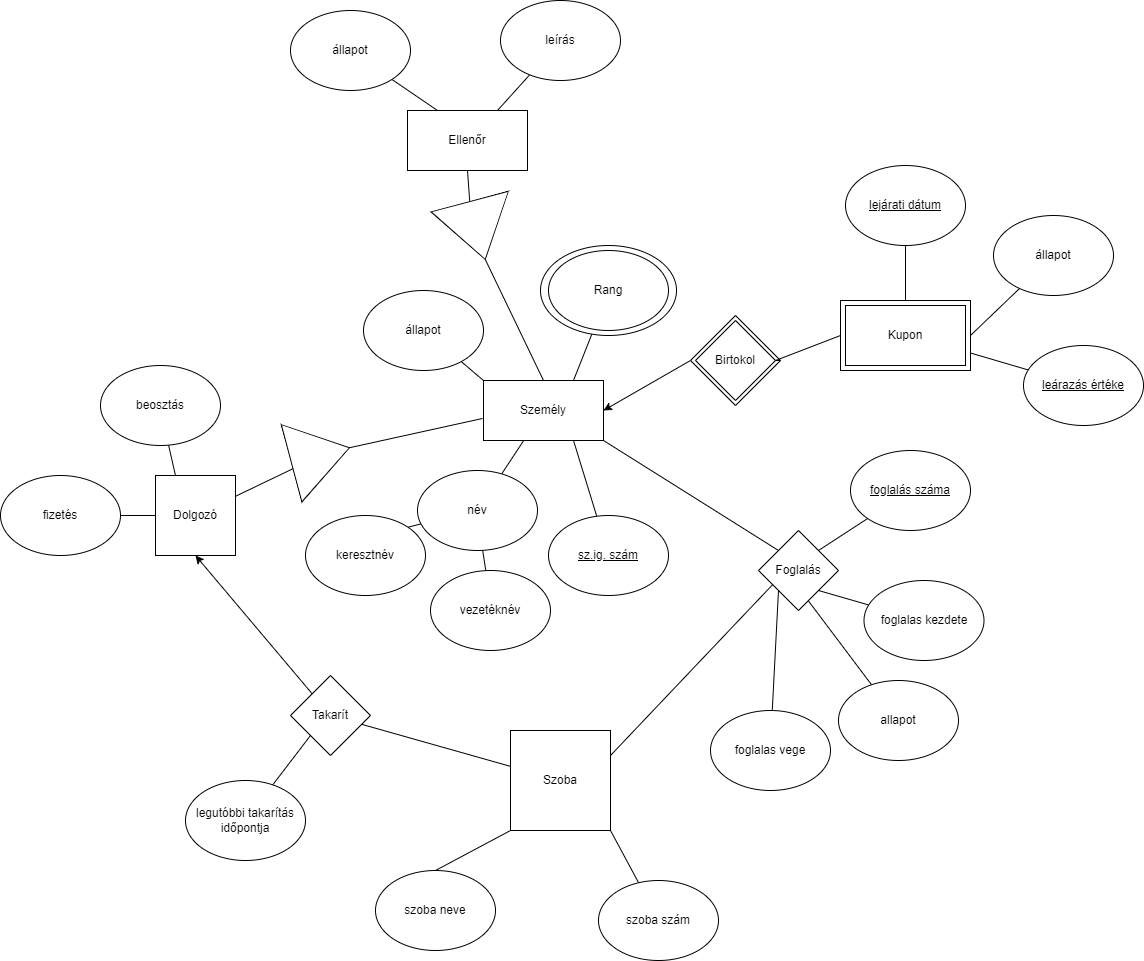
BarnaGergely/AdatbazisKezekesProjektSZTE keeps this draw.io diagram as SzallodaProjektAdatbazisDiagram.png. Above is the earlier version. Source tidied: cells renumbered, new cells last; positions are measured from the earlier drawing's top-left corner, leaving out a move shared by most shapes.
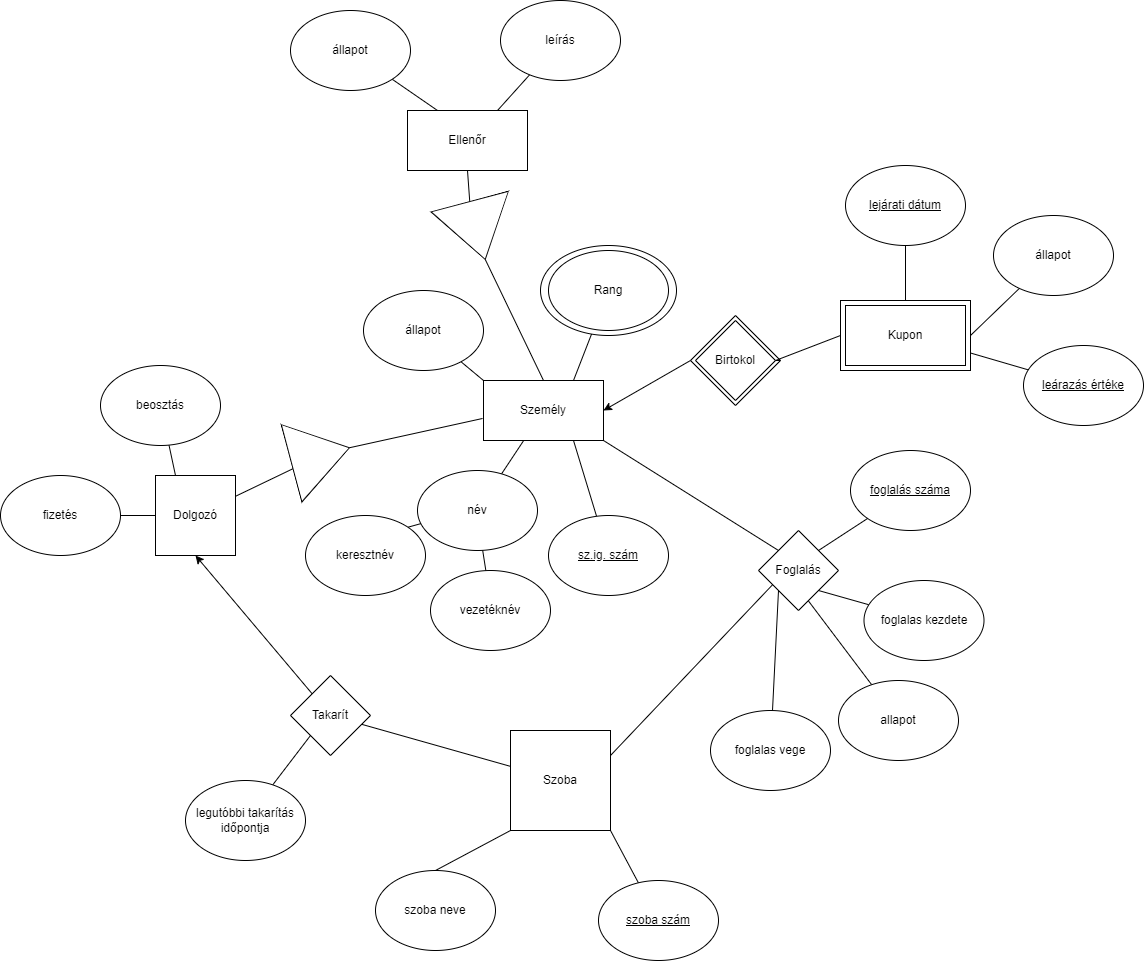
The same diagram one commit later.

What changed in the source:
```diff
@@ -92,7 +92,7 @@
     <mxCell id="31" style="rounded=0;jettySize=auto;html=1;entryX=1;entryY=1;entryDx=0;entryDy=0;endArrow=none;endFill=0;" parent="1" edge="1" source="32" target="10">
       <mxGeometry relative="1" as="geometry" />
     </mxCell>
-    <mxCell id="32" value="&lt;div style=&quot;line-height: 19px&quot;&gt;szoba szám&lt;/div&gt;" style="ellipse;whiteSpace=wrap;html=1;" parent="1" vertex="1">
+    <mxCell id="32" value="&lt;div style=&quot;line-height: 19px&quot;&gt;&lt;u&gt;szoba szám&lt;/u&gt;&lt;/div&gt;" style="ellipse;whiteSpace=wrap;html=1;" parent="1" vertex="1">
       <mxGeometry x="598" y="880" width="120" height="80" as="geometry" />
     </mxCell>
     <mxCell id="33" value="szoba neve" style="ellipse;whiteSpace=wrap;html=1;" parent="1" vertex="1">
```
